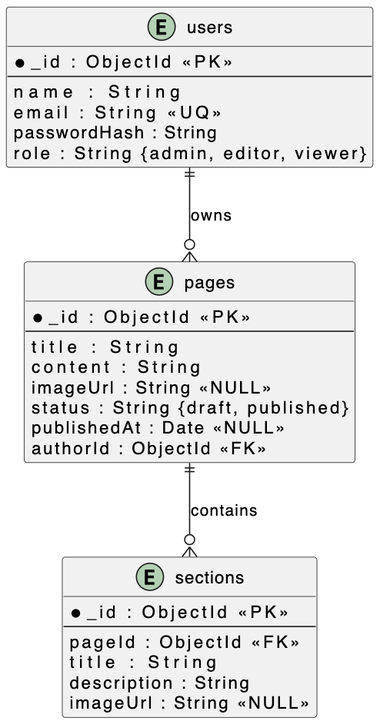
The PlantUML diagram opdracht-2-ontwerp/uml-diagrammen/ERD_diagram.png in HamiltonPDev/Portfolio-Exam-Hamilton, before a commit. Its source is kept beside it as opdracht-2-ontwerp/uml-diagrammen/ERD_diagram.wsd. The source it was exported from:
```plantuml
@startuml ERD_diagram

entity "users" as Users {
  * _id           : ObjectId <<PK>>
  --
  name            : String
  email           : String <<UQ>>
  passwordHash    : String
  role            : String  {admin, editor, viewer}
}

entity "pages" as Pages {
  * _id           : ObjectId <<PK>>
  --
  title           : String
  content         : String
  imageUrl        : String <<NULL>>
  status          : String  {draft, published}
  publishedAt     : Date    <<NULL>>
  authorId        : ObjectId <<FK>>
}

entity "sections" as Sections {
  * _id           : ObjectId <<PK>>
  --
  pageId          : ObjectId <<FK>>
  title           : String
  description     : String
  imageUrl        : String <<NULL>>
}


Users ||--o{ Pages     : "owns"
Pages ||--o{ Sections  : "contains"

@enduml
```
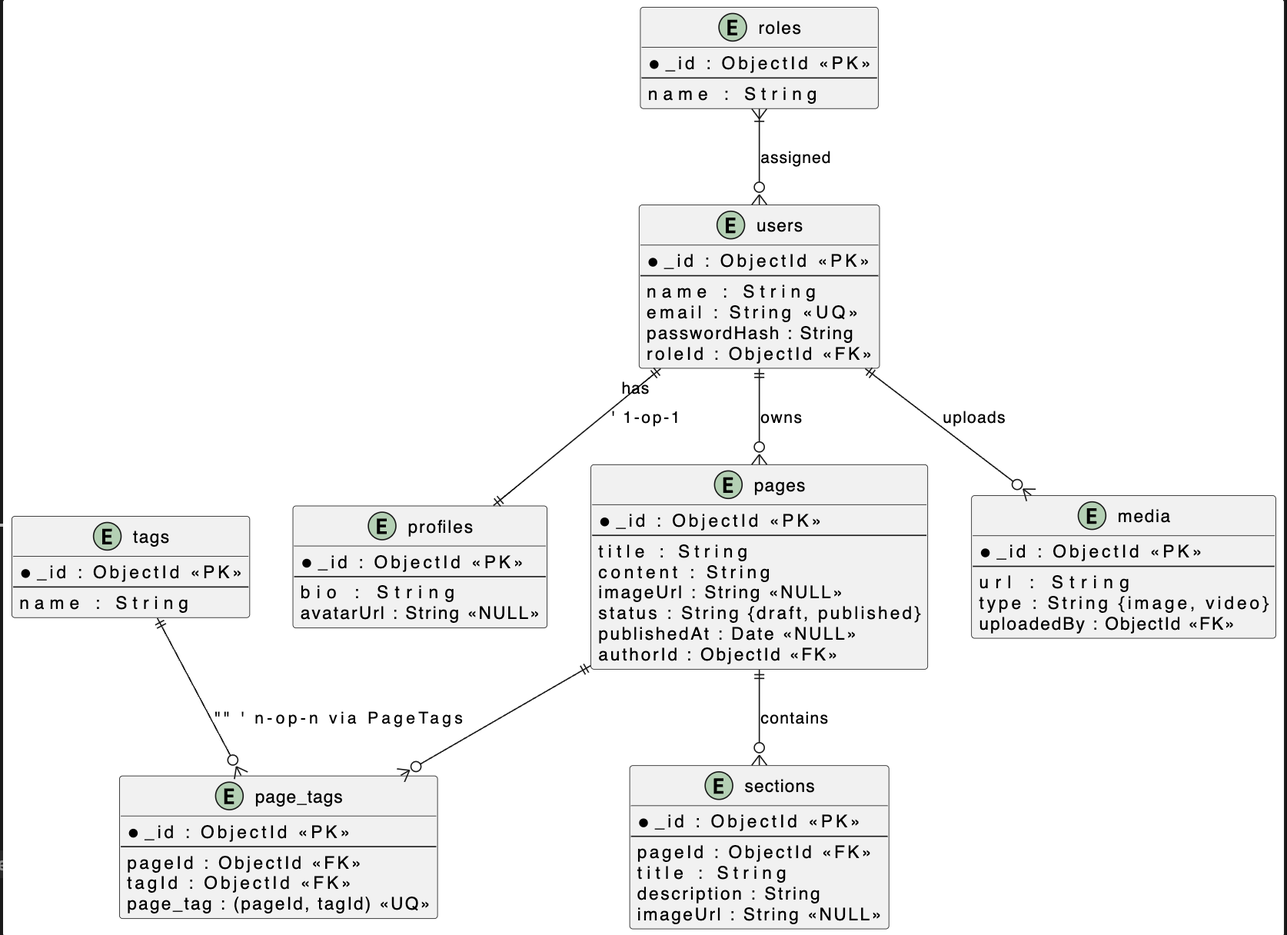
The same file after the commit.

Change to the diagram source:
```diff
@@ -6,7 +6,20 @@
   name            : String
   email           : String <<UQ>>
   passwordHash    : String
-  role            : String  {admin, editor, viewer}
+  roleId          : ObjectId <<FK>>
+}
+
+entity "profiles" as Profiles {
+  * _id           : ObjectId <<PK>>
+  --
+  bio             : String
+  avatarUrl       : String <<NULL>>
+}
+
+entity "roles" as Roles {
+  * _id           : ObjectId <<PK>>
+  --
+  name            : String
 }
 
 entity "pages" as Pages {
@@ -29,8 +42,35 @@
   imageUrl        : String <<NULL>>
 }
 
+entity "media" as Media {
+  * _id           : ObjectId <<PK>>
+  --
+  url             : String
+  type            : String  {image, video}
+  uploadedBy      : ObjectId <<FK>>
+}
+
+entity "tags" as Tags {
+  * _id           : ObjectId <<PK>>
+  --
+  name            : String
+}
+
+entity "page_tags" as PageTags {
+  * _id           : ObjectId <<PK>>
+  --
+  pageId          : ObjectId <<FK>>
+  tagId           : ObjectId <<FK>>
+  page_tag        : (pageId, tagId) <<UQ>>
+}
+
 
 Users ||--o{ Pages     : "owns"
 Pages ||--o{ Sections  : "contains"
+Users ||--o{ Media     : "uploads"
+Roles }|--o{ Users     : "assigned"
+Users ||--|| Profiles  : "has"         ' 1-op-1
+Pages ||--o{ PageTags  : ""
+Tags  ||--o{ PageTags  : ""            ' n-op-n via PageTags
 
 @enduml
```
